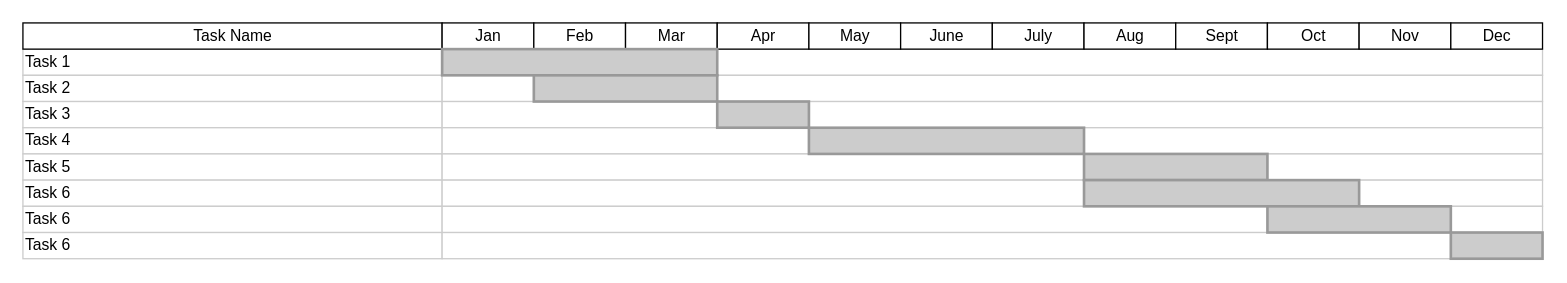
zuoshifan/draw_io_diagrams keeps this draw.io diagram as DSL time schedule.drawio. Above is the earlier version. Source tidied: cells renumbered, new cells numbered last; positions are measured from the earlier drawing's top-left corner, leaving out a move shared by most shapes. Both pictures are drawn from the tidied source at 131%, with x=0, y=0 at pixel (22, 22).
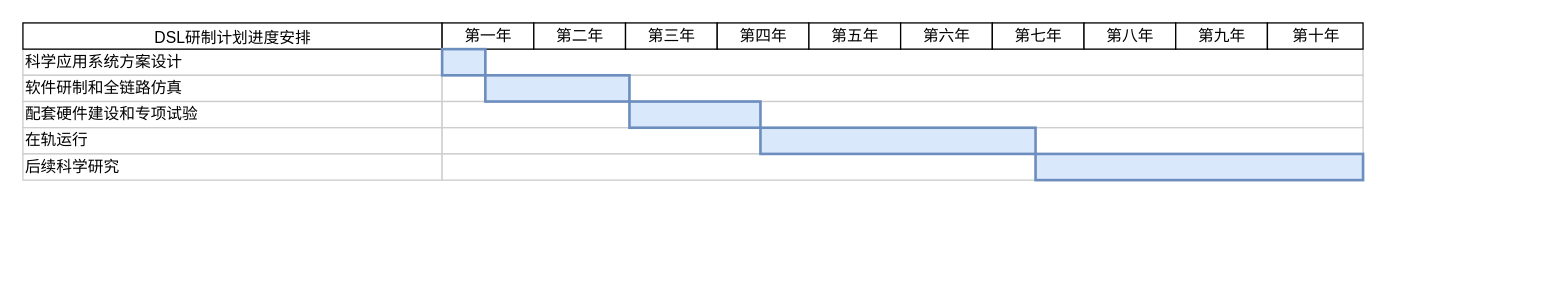
The same page after the edit.

Change to the diagram source:
```diff
@@
-    <mxCell id="2" value="Task 1" style="align=left;strokeColor=#CCCCCC;html=1;" parent="1" vertex="1">
+    <mxCell id="2" value="科学应用系统方案设计" style="align=left;strokeColor=#CCCCCC;html=1;" parent="1" vertex="1">
       <mxGeometry y="20" width="320" height="20" as="geometry" />
     </mxCell>
-    <mxCell id="3" value="Task 2" style="align=left;strokeColor=#CCCCCC;html=1;" parent="1" vertex="1">
+    <mxCell id="3" value="软件研制和全链路仿真" style="align=left;strokeColor=#CCCCCC;html=1;" parent="1" vertex="1">
       <mxGeometry y="40" width="320" height="20" as="geometry" />
     </mxCell>
-    <mxCell id="4" value="Task 3" style="align=left;strokeColor=#CCCCCC;html=1;" parent="1" vertex="1">
+    <mxCell id="4" value="配套硬件建设和专项试验" style="align=left;strokeColor=#CCCCCC;html=1;" parent="1" vertex="1">
       <mxGeometry y="60" width="320" height="20" as="geometry" />
     </mxCell>
-    <mxCell id="5" value="Task 4" style="align=left;strokeColor=#CCCCCC;html=1;" parent="1" vertex="1">
+    <mxCell id="5" value="在轨运行" style="align=left;strokeColor=#CCCCCC;html=1;" parent="1" vertex="1">
       <mxGeometry y="80" width="320" height="20" as="geometry" />
     </mxCell>
-    <mxCell id="6" value="Task 5" style="align=left;strokeColor=#CCCCCC;html=1;" parent="1" vertex="1">
+    <mxCell id="6" value="后续科学研究" style="align=left;strokeColor=#CCCCCC;html=1;" parent="1" vertex="1">
       <mxGeometry y="100" width="320" height="20" as="geometry" />
     </mxCell>
-    <mxCell id="7" value="Task 6" style="align=left;strokeColor=#CCCCCC;html=1;" parent="1" vertex="1">
-      <mxGeometry y="120" width="320" height="20" as="geometry" />
-    </mxCell>
-    <mxCell id="8" value="Task Name" style="strokeWidth=1;fontStyle=0;html=1;" parent="1" vertex="1">
+    <mxCell id="8" value="DSL研制计划进度安排&lt;span style=&quot;font-size: medium; text-align: start;&quot;&gt;&lt;/span&gt;" style="strokeWidth=1;fontStyle=0;html=1;" parent="1" vertex="1">
       <mxGeometry width="320" height="20" as="geometry" />
     </mxCell>
-    <mxCell id="9" value="Task 6" style="align=left;strokeColor=#CCCCCC;html=1;" parent="1" vertex="1">
-      <mxGeometry y="140" width="320" height="20" as="geometry" />
-    </mxCell>
-    <mxCell id="10" value="Task 6" style="align=left;strokeColor=#CCCCCC;html=1;" parent="1" vertex="1">
-      <mxGeometry y="160" width="320" height="20" as="geometry" />
-    </mxCell>
     <mxCell id="11" style="align=left;strokeColor=#CCCCCC;html=1;" parent="1" vertex="1">
-      <mxGeometry x="320" y="20" width="840" height="20" as="geometry" />
+      <mxGeometry x="320" y="20" width="703" height="20" as="geometry" />
     </mxCell>
-    <mxCell id="12" value="Jan" style="strokeWidth=1;fontStyle=0;html=1;" parent="1" vertex="1">
+    <mxCell id="12" value="第一年" style="strokeWidth=1;fontStyle=0;html=1;" parent="1" vertex="1">
       <mxGeometry x="320" width="70" height="20" as="geometry" />
     </mxCell>
-    <mxCell id="13" value="Feb" style="strokeWidth=1;fontStyle=0;html=1;" parent="1" vertex="1">
+    <mxCell id="13" value="第二年" style="strokeWidth=1;fontStyle=0;html=1;" parent="1" vertex="1">
       <mxGeometry x="390" width="70" height="20" as="geometry" />
     </mxCell>
-    <mxCell id="14" value="Mar" style="strokeWidth=1;fontStyle=0;html=1;" parent="1" vertex="1">
+    <mxCell id="14" value="第三年" style="strokeWidth=1;fontStyle=0;html=1;" parent="1" vertex="1">
       <mxGeometry x="460" width="70" height="20" as="geometry" />
     </mxCell>
-    <mxCell id="15" value="Apr" style="strokeWidth=1;fontStyle=0;html=1;" parent="1" vertex="1">
+    <mxCell id="15" value="第四年" style="strokeWidth=1;fontStyle=0;html=1;" parent="1" vertex="1">
       <mxGeometry x="530" width="70" height="20" as="geometry" />
     </mxCell>
-    <mxCell id="16" value="May" style="strokeWidth=1;fontStyle=0;html=1;" parent="1" vertex="1">
+    <mxCell id="16" value="第五年" style="strokeWidth=1;fontStyle=0;html=1;" parent="1" vertex="1">
       <mxGeometry x="600" width="70" height="20" as="geometry" />
     </mxCell>
-    <mxCell id="17" value="June" style="strokeWidth=1;fontStyle=0;html=1;" parent="1" vertex="1">
+    <mxCell id="17" value="第六年" style="strokeWidth=1;fontStyle=0;html=1;" parent="1" vertex="1">
       <mxGeometry x="670" width="70" height="20" as="geometry" />
     </mxCell>
-    <mxCell id="18" value="July" style="strokeWidth=1;fontStyle=0;html=1;" parent="1" vertex="1">
+    <mxCell id="18" value="第七年" style="strokeWidth=1;fontStyle=0;html=1;" parent="1" vertex="1">
       <mxGeometry x="740" width="70" height="20" as="geometry" />
     </mxCell>
-    <mxCell id="19" value="Aug" style="strokeWidth=1;fontStyle=0;html=1;" parent="1" vertex="1">
+    <mxCell id="19" value="第八年" style="strokeWidth=1;fontStyle=0;html=1;" parent="1" vertex="1">
       <mxGeometry x="810" width="70" height="20" as="geometry" />
     </mxCell>
-    <mxCell id="20" value="Sept" style="strokeWidth=1;fontStyle=0;html=1;" parent="1" vertex="1">
+    <mxCell id="20" value="第九年" style="strokeWidth=1;fontStyle=0;html=1;" parent="1" vertex="1">
       <mxGeometry x="880" width="70" height="20" as="geometry" />
     </mxCell>
-    <mxCell id="21" value="Oct" style="strokeWidth=1;fontStyle=0;html=1;" parent="1" vertex="1">
-      <mxGeometry x="950" width="70" height="20" as="geometry" />
+    <mxCell id="21" value="第十年" style="strokeWidth=1;fontStyle=0;html=1;" parent="1" vertex="1">
+      <mxGeometry x="950" width="73" height="20" as="geometry" />
     </mxCell>
-    <mxCell id="22" value="Nov" style="strokeWidth=1;fontStyle=0;html=1;" parent="1" vertex="1">
-      <mxGeometry x="1020" width="70" height="20" as="geometry" />
-    </mxCell>
-    <mxCell id="23" value="Dec" style="strokeWidth=1;fontStyle=0;html=1;" parent="1" vertex="1">
-      <mxGeometry x="1090" width="70" height="20" as="geometry" />
-    </mxCell>
     <mxCell id="24" style="align=left;strokeColor=#CCCCCC;html=1;" parent="1" vertex="1">
-      <mxGeometry x="320" y="40" width="840" height="20" as="geometry" />
+      <mxGeometry x="320" y="40" width="703" height="20" as="geometry" />
     </mxCell>
     <mxCell id="25" style="align=left;strokeColor=#CCCCCC;html=1;" parent="1" vertex="1">
-      <mxGeometry x="320" y="60" width="840" height="20" as="geometry" />
+      <mxGeometry x="320" y="60" width="703" height="20" as="geometry" />
     </mxCell>
     <mxCell id="26" style="align=left;strokeColor=#CCCCCC;html=1;" parent="1" vertex="1">
-      <mxGeometry x="320" y="80" width="840" height="20" as="geometry" />
+      <mxGeometry x="320" y="80" width="703" height="20" as="geometry" />
     </mxCell>
     <mxCell id="27" style="align=left;strokeColor=#CCCCCC;html=1;" parent="1" vertex="1">
-      <mxGeometry x="320" y="100" width="840" height="20" as="geometry" />
+      <mxGeometry x="320" y="100" width="693" height="20" as="geometry" />
     </mxCell>
-    <mxCell id="28" style="align=left;strokeColor=#CCCCCC;html=1;" parent="1" vertex="1">
-      <mxGeometry x="320" y="120" width="840" height="20" as="geometry" />
-    </mxCell>
-    <mxCell id="29" style="align=left;strokeColor=#CCCCCC;html=1;" parent="1" vertex="1">
-      <mxGeometry x="320" y="140" width="840" height="20" as="geometry" />
-    </mxCell>
-    <mxCell id="30" style="align=left;strokeColor=#CCCCCC;html=1;" parent="1" vertex="1">
-      <mxGeometry x="320" y="160" width="840" height="20" as="geometry" />
-    </mxCell>
-    <mxCell id="31" style="whiteSpace=wrap;html=1;strokeWidth=2;fillColor=#CCCCCC;gradientColor=none;fontSize=14;align=center;strokeColor=#999999;" parent="1" vertex="1">
-      <mxGeometry x="320" y="20" width="210" height="20" as="geometry" />
+    <mxCell id="31" style="whiteSpace=wrap;html=1;strokeWidth=2;fillColor=#dae8fc;fontSize=14;align=center;strokeColor=#6c8ebf;" parent="1" vertex="1">
+      <mxGeometry x="320" y="20" width="33" height="20" as="geometry" />
     </mxCell>
-    <mxCell id="32" style="whiteSpace=wrap;html=1;strokeWidth=2;fillColor=#CCCCCC;gradientColor=none;fontSize=14;align=center;strokeColor=#999999;" parent="1" vertex="1">
-      <mxGeometry x="390" y="40" width="140" height="20" as="geometry" />
+    <mxCell id="32" style="whiteSpace=wrap;html=1;strokeWidth=2;fillColor=#dae8fc;fontSize=14;align=center;strokeColor=#6c8ebf;" parent="1" vertex="1">
+      <mxGeometry x="353" y="40" width="110" height="20" as="geometry" />
     </mxCell>
-    <mxCell id="33" style="whiteSpace=wrap;html=1;strokeWidth=2;fillColor=#CCCCCC;gradientColor=none;fontSize=14;align=center;strokeColor=#999999;" parent="1" vertex="1">
-      <mxGeometry x="530" y="60" width="70" height="20" as="geometry" />
+    <mxCell id="33" style="whiteSpace=wrap;html=1;strokeWidth=2;fillColor=#dae8fc;fontSize=14;align=center;strokeColor=#6c8ebf;" parent="1" vertex="1">
+      <mxGeometry x="463" y="60" width="100" height="20" as="geometry" />
     </mxCell>
-    <mxCell id="34" style="whiteSpace=wrap;html=1;strokeWidth=2;fillColor=#CCCCCC;gradientColor=none;fontSize=14;align=center;strokeColor=#999999;" parent="1" vertex="1">
-      <mxGeometry x="600" y="80" width="210" height="20" as="geometry" />
+    <mxCell id="34" style="whiteSpace=wrap;html=1;strokeWidth=2;fillColor=#dae8fc;fontSize=14;align=center;strokeColor=#6c8ebf;" parent="1" vertex="1">
+      <mxGeometry x="563" y="80" width="210" height="20" as="geometry" />
     </mxCell>
-    <mxCell id="35" style="whiteSpace=wrap;html=1;strokeWidth=2;fillColor=#CCCCCC;gradientColor=none;fontSize=14;align=center;strokeColor=#999999;" parent="1" vertex="1">
-      <mxGeometry x="810" y="100" width="140" height="20" as="geometry" />
+    <mxCell id="35" style="whiteSpace=wrap;html=1;strokeWidth=2;fillColor=#dae8fc;fontSize=14;align=center;strokeColor=#6c8ebf;" parent="1" vertex="1">
+      <mxGeometry x="773" y="100" width="250" height="20" as="geometry" />
     </mxCell>
-    <mxCell id="36" style="whiteSpace=wrap;html=1;strokeWidth=2;fillColor=#CCCCCC;gradientColor=none;fontSize=14;align=center;strokeColor=#999999;" parent="1" vertex="1">
-      <mxGeometry x="810" y="120" width="210" height="20" as="geometry" />
-    </mxCell>
-    <mxCell id="37" style="whiteSpace=wrap;html=1;strokeWidth=2;fillColor=#CCCCCC;gradientColor=none;fontSize=14;align=center;strokeColor=#999999;" parent="1" vertex="1">
-      <mxGeometry x="950" y="140" width="140" height="20" as="geometry" />
-    </mxCell>
-    <mxCell id="38" style="whiteSpace=wrap;html=1;strokeWidth=2;fillColor=#CCCCCC;gradientColor=none;fontSize=14;align=center;strokeColor=#999999;" parent="1" vertex="1">
-      <mxGeometry x="1090" y="160" width="70" height="20" as="geometry" />
-    </mxCell>
```
